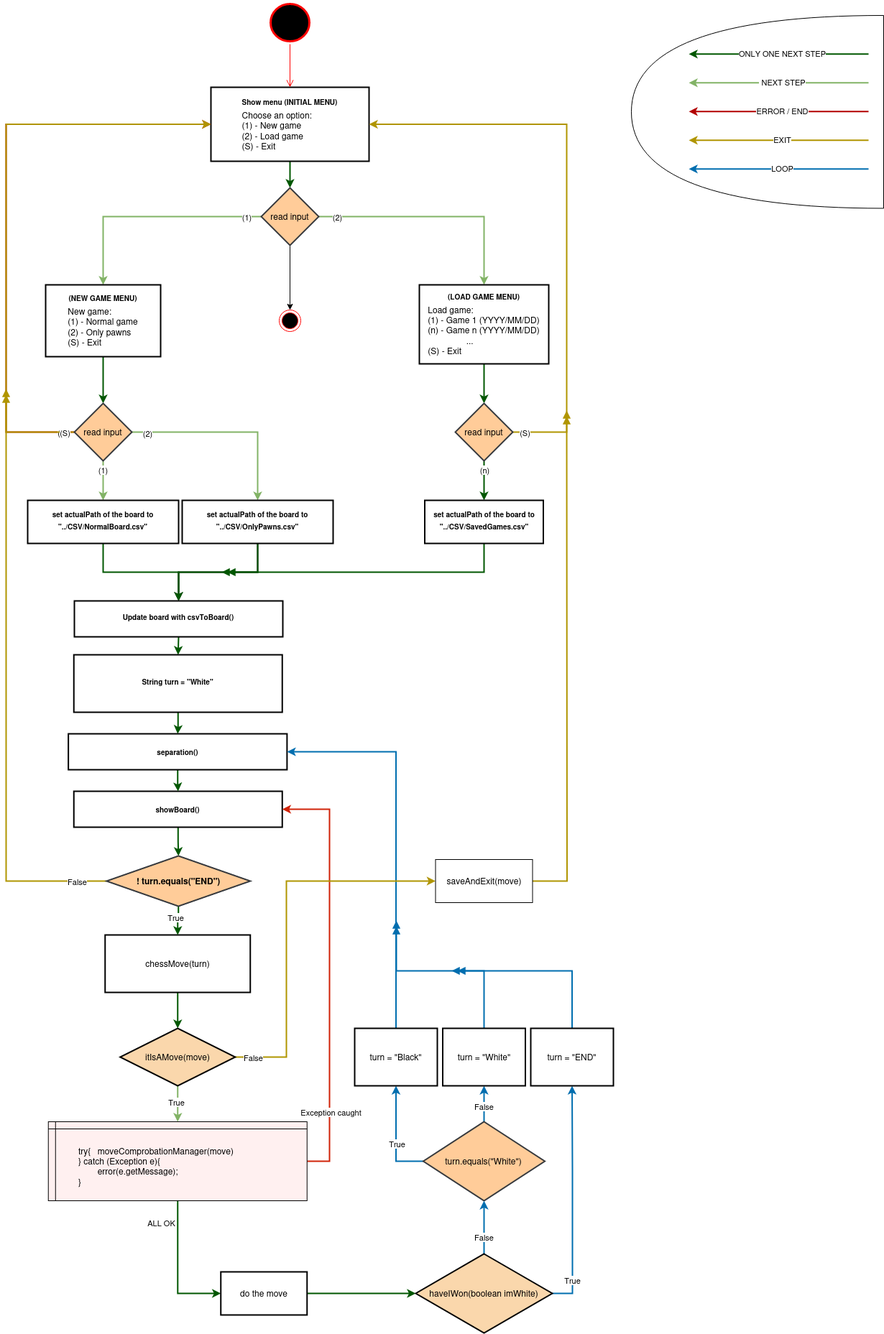
Earlier version of the draw.io export Documentacion/diagrams/diagrams-activitiesDiagram.drawio.png (MGermanico/Ajedrez). Source tidied: cells renumbered, new cells last; positions are measured from the earlier drawing's top-left corner, leaving out a move shared by most shapes.
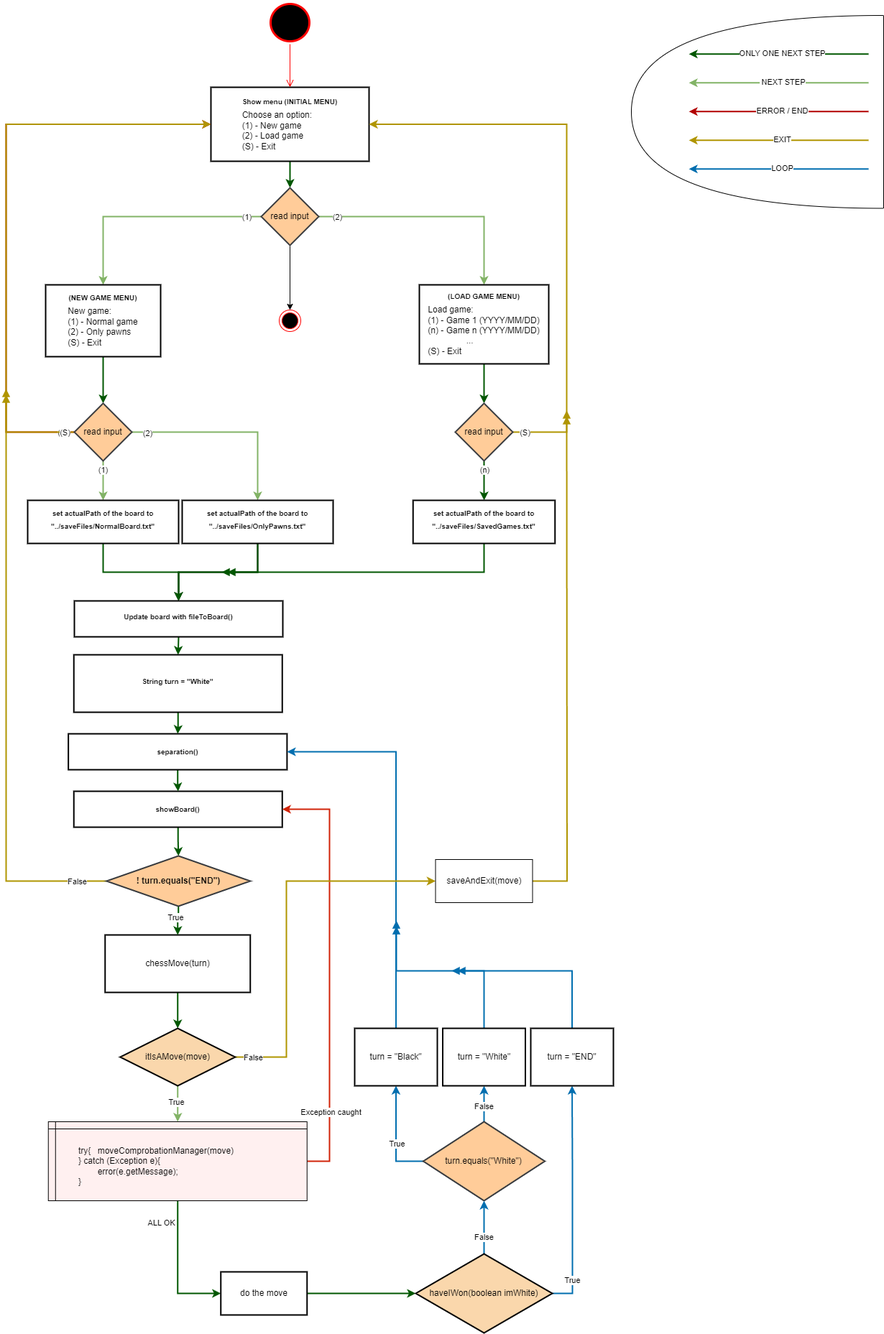
After the commit.

Commit message:
Aun cambiando fichero CSV a fichero TXT con formato propio (en los diagramas)

Change to the diagram source:
```diff
@@ -112,25 +112,25 @@
         </Array>
       </mxGeometry>
     </mxCell>
-    <mxCell id="30" value="&lt;sup&gt;&lt;b&gt;set actualPath of the board to&lt;/b&gt;&lt;/sup&gt;&lt;div&gt;&lt;sup&gt;&lt;b&gt;&quot;../CSV/OnlyPawns.csv&quot;&lt;/b&gt;&lt;/sup&gt;&lt;/div&gt;" style="whiteSpace=wrap;html=1;strokeWidth=2;" parent="1" vertex="1">
+    <mxCell id="30" value="&lt;sup&gt;&lt;b&gt;set actualPath of the board to&lt;/b&gt;&lt;/sup&gt;&lt;div&gt;&lt;sup&gt;&lt;b&gt;&quot;../saveFiles&lt;/b&gt;&lt;/sup&gt;&lt;sup&gt;&lt;b&gt;/OnlyPawns.txt&quot;&lt;/b&gt;&lt;/sup&gt;&lt;/div&gt;" style="whiteSpace=wrap;html=1;strokeWidth=2;" parent="1" vertex="1">
       <mxGeometry x="245" y="695" width="210" height="60" as="geometry" />
     </mxCell>
     <mxCell id="31" style="edgeStyle=orthogonalEdgeStyle;rounded=0;jettySize=auto;html=1;strokeWidth=2;fillColor=#008a00;strokeColor=#005700;" parent="1" edge="1" source="32" target="36">
       <mxGeometry relative="1" as="geometry" />
     </mxCell>
-    <mxCell id="32" value="&lt;sup&gt;&lt;b&gt;set actualPath of the board to&lt;/b&gt;&lt;/sup&gt;&lt;div&gt;&lt;sup&gt;&lt;b&gt;&quot;../CSV/NormalBoard.csv&quot;&lt;/b&gt;&lt;/sup&gt;&lt;/div&gt;" style="whiteSpace=wrap;html=1;strokeWidth=2;" parent="1" vertex="1">
+    <mxCell id="32" value="&lt;sup&gt;&lt;b&gt;set actualPath of the board to&lt;/b&gt;&lt;/sup&gt;&lt;div&gt;&lt;sup&gt;&lt;b&gt;&quot;../saveFiles/NormalBoard.txt&quot;&lt;/b&gt;&lt;/sup&gt;&lt;/div&gt;" style="whiteSpace=wrap;html=1;strokeWidth=2;" parent="1" vertex="1">
       <mxGeometry x="30" y="695" width="210" height="60" as="geometry" />
     </mxCell>
     <mxCell id="33" style="edgeStyle=orthogonalEdgeStyle;rounded=0;jettySize=auto;html=1;entryX=0.5;entryY=0;entryDx=0;entryDy=0;exitX=0.5;exitY=1;exitDx=0;exitDy=0;strokeWidth=2;fillColor=#008a00;strokeColor=#005700;" parent="1" edge="1" source="34" target="36">
       <mxGeometry relative="1" as="geometry" />
     </mxCell>
-    <mxCell id="34" value="&lt;sup&gt;&lt;b&gt;set actualPath of the board to&lt;/b&gt;&lt;/sup&gt;&lt;div&gt;&lt;sup&gt;&lt;b&gt;&quot;../CSV/SavedGames.csv&quot;&lt;/b&gt;&lt;/sup&gt;&lt;/div&gt;" style="whiteSpace=wrap;html=1;strokeWidth=2;" parent="1" vertex="1">
-      <mxGeometry x="582.5" y="695" width="165" height="60" as="geometry" />
+    <mxCell id="34" value="&lt;sup&gt;&lt;b&gt;set actualPath of the board to&lt;/b&gt;&lt;/sup&gt;&lt;div&gt;&lt;sup&gt;&lt;b&gt;&quot;../saveFiles/SavedGames.txt&quot;&lt;/b&gt;&lt;/sup&gt;&lt;/div&gt;" style="whiteSpace=wrap;html=1;strokeWidth=2;" parent="1" vertex="1">
+      <mxGeometry x="566.2" y="695" width="197.5" height="60" as="geometry" />
     </mxCell>
     <mxCell id="35" style="edgeStyle=orthogonalEdgeStyle;rounded=0;jettySize=auto;html=1;exitX=0.5;exitY=1;exitDx=0;exitDy=0;entryX=0.5;entryY=0;entryDx=0;entryDy=0;strokeWidth=2;fillColor=#008a00;strokeColor=#005700;" parent="1" edge="1" source="36" target="38">
       <mxGeometry relative="1" as="geometry" />
     </mxCell>
-    <mxCell id="36" value="&lt;sup&gt;&lt;b&gt;Update board with csvToBoard()&lt;/b&gt;&lt;/sup&gt;" style="whiteSpace=wrap;html=1;strokeWidth=2;" parent="1" vertex="1">
+    <mxCell id="36" value="&lt;sup&gt;&lt;b&gt;Update board with fileToBoard()&lt;/b&gt;&lt;/sup&gt;" style="whiteSpace=wrap;html=1;strokeWidth=2;" parent="1" vertex="1">
       <mxGeometry x="95" y="835" width="290" height="50" as="geometry" />
     </mxCell>
     <mxCell id="37" style="edgeStyle=orthogonalEdgeStyle;rounded=0;jettySize=auto;html=1;entryX=0.5;entryY=0;entryDx=0;entryDy=0;strokeWidth=2;fillColor=#008a00;strokeColor=#005700;" parent="1" edge="1" source="38" target="55">
```
